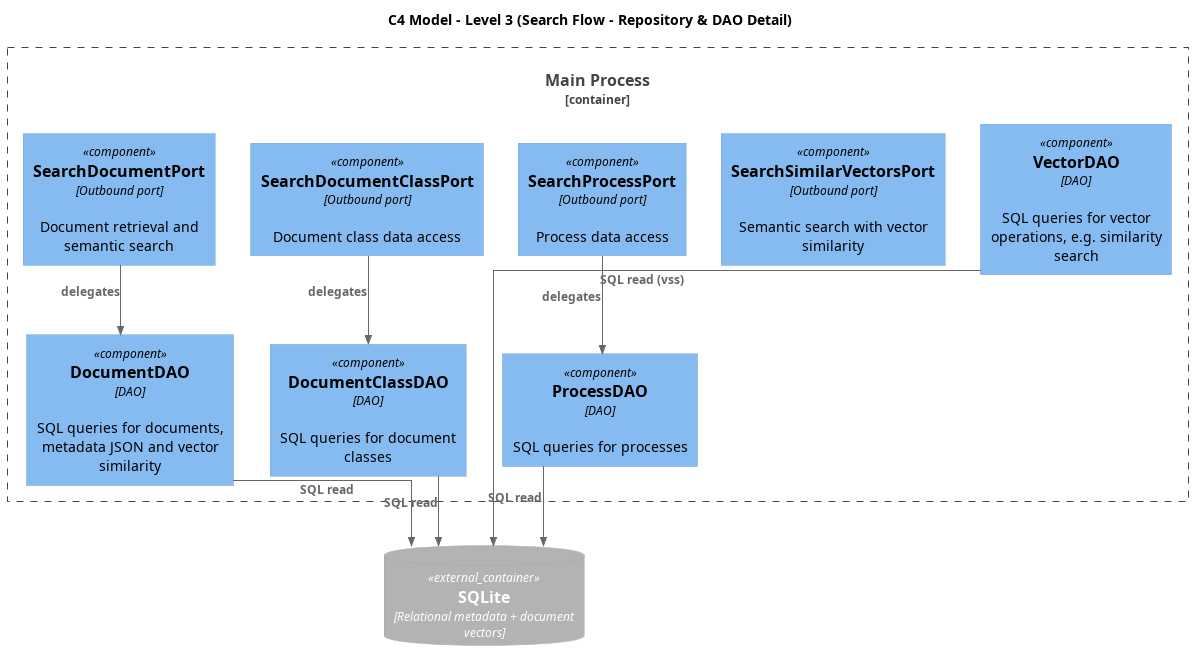
This is out/3_PB/DocumentiEsterni/DiagrammiSpecificaTecnica/generated_/architecture/c1-c3/C3-main-search-flow/C3_Main_Search_Flow_Repos.png from 7-ZPUs/Docs, a PlantUML export, as it was before one commit.
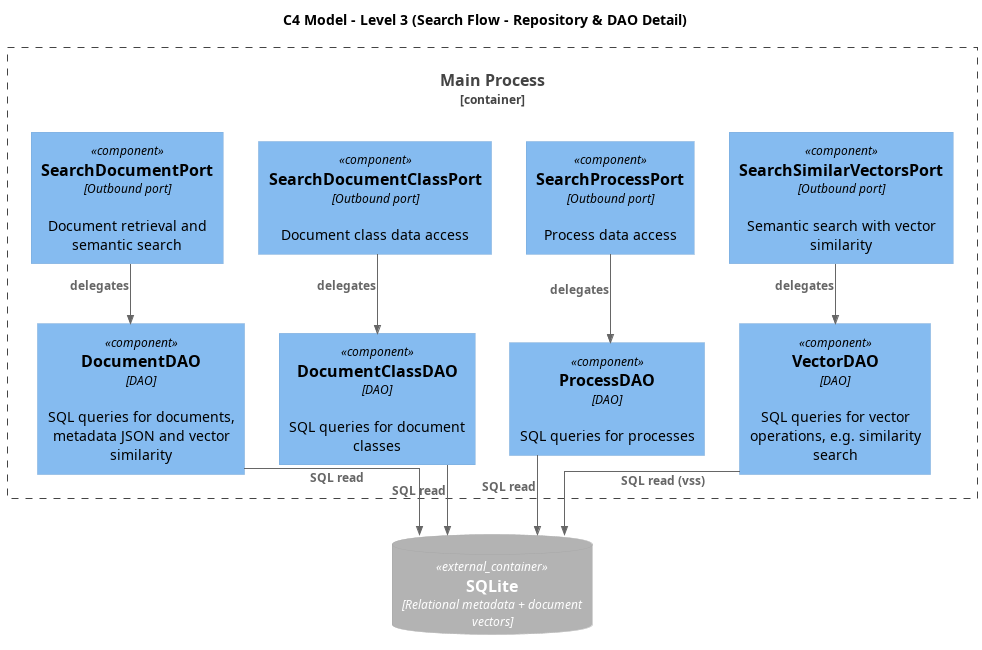
The same file after the commit.

Change to the diagram source:
```diff
@@ -6,15 +6,19 @@
 skinparam linetype ortho
 
 Container_Boundary(main_container, "Main Process") {
+  together {
   Component(doc_repo, "SearchDocumentPort", "Outbound port", "Document retrieval and semantic search")
   Component(doc_class_repo, "SearchDocumentClassPort", "Outbound port", "Document class data access")
   Component(process_repo, "SearchProcessPort", "Outbound port", "Process data access")
   Component(vector_repo, "SearchSimilarVectorsPort", "Outbound port", "Semantic search with vector similarity")
+  }
 
+  together{
   Component(doc_dao, "DocumentDAO", "DAO", "SQL queries for documents, metadata JSON and vector similarity")
   Component(doc_class_dao, "DocumentClassDAO", "DAO", "SQL queries for document classes")
   Component(process_dao, "ProcessDAO", "DAO", "SQL queries for processes")
   Component(vector_dao, "VectorDAO", "DAO", "SQL queries for vector operations, e.g. similarity search")
+  }
 }
 
 ContainerDb_Ext(sqlite, "SQLite", "Relational metadata + document vectors")
@@ -22,6 +26,7 @@
 Rel(doc_repo, doc_dao, "delegates")
 Rel(doc_class_repo, doc_class_dao, "delegates")
 Rel(process_repo, process_dao, "delegates")
+Rel(vector_repo, vector_dao, "delegates")
 
 Rel(doc_dao, sqlite, "SQL read")
 Rel(doc_class_dao, sqlite, "SQL read")
```
